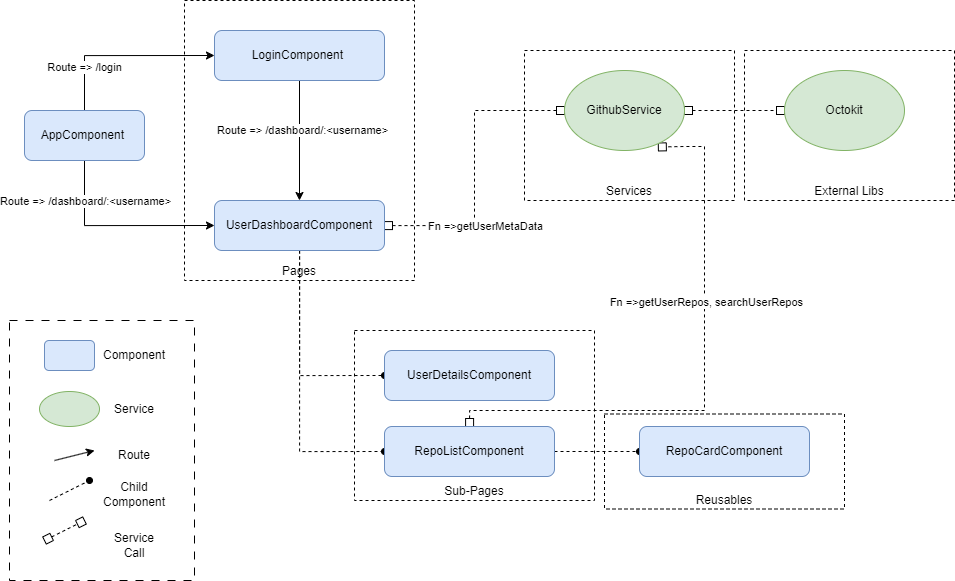
Above: diagrams/githubList.drawio.png in OnilLekshman93/git-repo-lister (draw.io), before the change. Source tidied: cells renumbered, new cells last; positions are measured from the earlier drawing's top-left corner, leaving out a move shared by most shapes.
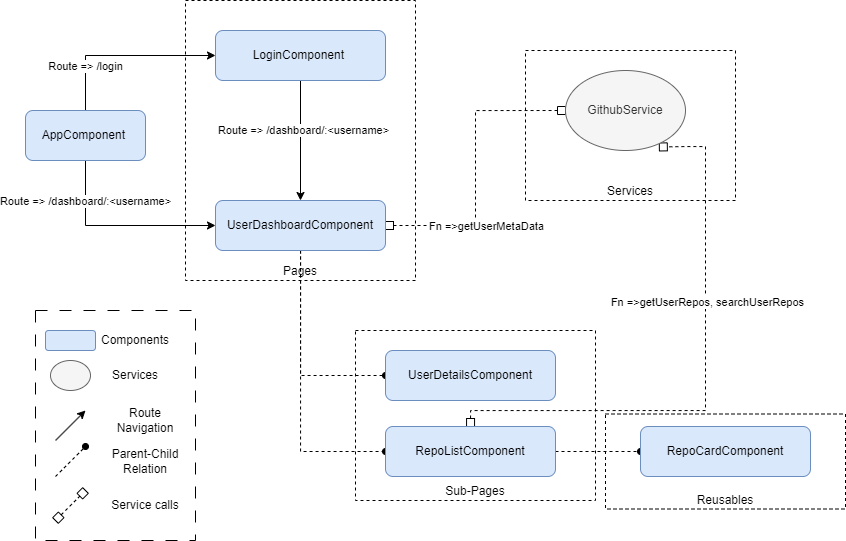
The same file after the commit.

The edit, as a diff of the source:
```diff
@@ -82,59 +82,50 @@
     <mxCell id="24" value="Services" style="rounded=0;whiteSpace=wrap;html=1;dashed=1;fillColor=none;verticalAlign=bottom;" parent="1" vertex="1">
       <mxGeometry x="515" y="50" width="210" height="150" as="geometry" />
     </mxCell>
-    <mxCell id="25" style="edgeStyle=orthogonalEdgeStyle;rounded=0;jettySize=auto;html=1;dashed=1;startArrow=box;startFill=0;endArrow=box;endFill=0;" parent="1" edge="1" source="26" target="28">
-      <mxGeometry relative="1" as="geometry" />
-    </mxCell>
-    <mxCell id="26" value="GithubService" style="ellipse;whiteSpace=wrap;html=1;fillColor=#d5e8d4;strokeColor=#82b366;" parent="1" vertex="1">
+    <mxCell id="26" value="GithubService" style="ellipse;whiteSpace=wrap;html=1;fillColor=#f5f5f5;strokeColor=#666666;fontColor=#333333;" parent="1" vertex="1">
       <mxGeometry x="555" y="70" width="120" height="80" as="geometry" />
     </mxCell>
-    <mxCell id="27" value="External Libs" style="rounded=0;whiteSpace=wrap;html=1;dashed=1;fillColor=none;verticalAlign=bottom;" parent="1" vertex="1">
-      <mxGeometry x="735" y="50" width="210" height="150" as="geometry" />
-    </mxCell>
-    <mxCell id="28" value="Octokit" style="ellipse;whiteSpace=wrap;html=1;fillColor=#d5e8d4;strokeColor=#82b366;" parent="1" vertex="1">
-      <mxGeometry x="775" y="70" width="120" height="80" as="geometry" />
-    </mxCell>
-    <mxCell id="29" style="rounded=1;whiteSpace=wrap;html=1;fillColor=#dae8fc;strokeColor=#6c8ebf;" parent="1" vertex="1">
-      <mxGeometry x="35" y="340" width="50" height="30" as="geometry" />
-    </mxCell>
-    <mxCell id="30" value="Component" style="text;html=1;strokeColor=none;fillColor=none;align=center;verticalAlign=middle;whiteSpace=wrap;rounded=0;" parent="1" vertex="1">
-      <mxGeometry x="95" y="340" width="60" height="30" as="geometry" />
-    </mxCell>
-    <mxCell id="31" style="ellipse;whiteSpace=wrap;html=1;fillColor=#d5e8d4;strokeColor=#82b366;" parent="1" vertex="1">
-      <mxGeometry x="30" y="391" width="60" height="35" as="geometry" />
-    </mxCell>
-    <mxCell id="32" value="Service" style="text;html=1;strokeColor=none;fillColor=none;align=center;verticalAlign=middle;whiteSpace=wrap;rounded=0;" parent="1" vertex="1">
-      <mxGeometry x="95" y="393.5" width="60" height="30" as="geometry" />
-    </mxCell>
-    <mxCell id="33" style="endArrow=classic;html=1;rounded=0;" parent="1" edge="1">
-      <mxGeometry relative="1" as="geometry">
-        <mxPoint x="45" y="460" as="sourcePoint" />
-        <mxPoint x="85" y="450" as="targetPoint" />
-      </mxGeometry>
-    </mxCell>
-    <mxCell id="34" value="Route" style="text;html=1;strokeColor=none;fillColor=none;align=center;verticalAlign=middle;whiteSpace=wrap;rounded=0;" parent="1" vertex="1">
-      <mxGeometry x="95" y="440" width="60" height="30" as="geometry" />
-    </mxCell>
-    <mxCell id="35" style="endArrow=oval;html=1;rounded=0;dashed=1;endFill=1;" parent="1" edge="1">
-      <mxGeometry relative="1" as="geometry">
-        <mxPoint x="40" y="500" as="sourcePoint" />
-        <mxPoint x="80" y="480" as="targetPoint" />
-      </mxGeometry>
-    </mxCell>
-    <mxCell id="36" value="Child Component" style="text;html=1;strokeColor=none;fillColor=none;align=center;verticalAlign=middle;whiteSpace=wrap;rounded=0;" parent="1" vertex="1">
-      <mxGeometry x="95" y="478.5" width="60" height="30" as="geometry" />
-    </mxCell>
-    <mxCell id="37" style="endArrow=box;html=1;rounded=0;dashed=1;endFill=0;startArrow=box;startFill=0;" parent="1" edge="1">
-      <mxGeometry relative="1" as="geometry">
-        <mxPoint x="35" y="540" as="sourcePoint" />
-        <mxPoint x="75" y="520" as="targetPoint" />
-      </mxGeometry>
-    </mxCell>
-    <mxCell id="38" value="Service Call" style="text;html=1;strokeColor=none;fillColor=none;align=center;verticalAlign=middle;whiteSpace=wrap;rounded=0;" parent="1" vertex="1">
-      <mxGeometry x="95" y="530" width="60" height="30" as="geometry" />
-    </mxCell>
-    <mxCell id="39" style="rounded=0;whiteSpace=wrap;html=1;fillColor=none;dashed=1;dashPattern=8 8;" parent="1" vertex="1">
-      <mxGeometry y="320" width="185" height="260" as="geometry" />
-    </mxCell>
+    <mxCell id="40" style="rounded=1;whiteSpace=wrap;html=1;fillColor=#dae8fc;strokeColor=#6c8ebf;" parent="1" vertex="1">
+      <mxGeometry x="35" y="330" width="50" height="20" as="geometry" />
+    </mxCell>
+    <mxCell id="41" style="ellipse;whiteSpace=wrap;html=1;fillColor=#f5f5f5;strokeColor=#666666;fontColor=#333333;" parent="1" vertex="1">
+      <mxGeometry x="40" y="360" width="40" height="30" as="geometry" />
+    </mxCell>
+    <mxCell id="42" style="endArrow=classic;html=1;rounded=0;" parent="1" edge="1">
+      <mxGeometry relative="1" as="geometry">
+        <mxPoint x="45" y="440" as="sourcePoint" />
+        <mxPoint x="75" y="410" as="targetPoint" />
+      </mxGeometry>
+    </mxCell>
+    <mxCell id="43" style="endArrow=oval;html=1;rounded=0;dashed=1;endFill=1;" parent="1" edge="1">
+      <mxGeometry relative="1" as="geometry">
+        <mxPoint x="45" y="476" as="sourcePoint" />
+        <mxPoint x="75" y="446" as="targetPoint" />
+      </mxGeometry>
+    </mxCell>
+    <mxCell id="44" style="endArrow=box;html=1;rounded=0;dashed=1;endFill=0;startArrow=box;startFill=0;" parent="1" edge="1">
+      <mxGeometry relative="1" as="geometry">
+        <mxPoint x="45" y="520" as="sourcePoint" />
+        <mxPoint x="75" y="490" as="targetPoint" />
+      </mxGeometry>
+    </mxCell>
+    <mxCell id="45" value="Components" style="text;html=1;strokeColor=none;fillColor=none;align=center;verticalAlign=middle;whiteSpace=wrap;rounded=0;" parent="1" vertex="1">
+      <mxGeometry x="95" y="325" width="60" height="30" as="geometry" />
+    </mxCell>
+    <mxCell id="46" value="Services" style="text;html=1;strokeColor=none;fillColor=none;align=center;verticalAlign=middle;whiteSpace=wrap;rounded=0;" parent="1" vertex="1">
+      <mxGeometry x="95" y="360" width="60" height="30" as="geometry" />
+    </mxCell>
+    <mxCell id="47" value="Route Navigation" style="text;html=1;strokeColor=none;fillColor=none;align=center;verticalAlign=middle;whiteSpace=wrap;rounded=0;" parent="1" vertex="1">
+      <mxGeometry x="95" y="405" width="80" height="30" as="geometry" />
+    </mxCell>
+    <mxCell id="48" value="Parent-Child Relation" style="text;html=1;strokeColor=none;fillColor=none;align=center;verticalAlign=middle;whiteSpace=wrap;rounded=0;" parent="1" vertex="1">
+      <mxGeometry x="85" y="446" width="100" height="30" as="geometry" />
+    </mxCell>
+    <mxCell id="49" value="Service calls" style="text;html=1;strokeColor=none;fillColor=none;align=center;verticalAlign=middle;whiteSpace=wrap;rounded=0;" parent="1" vertex="1">
+      <mxGeometry x="85" y="490" width="100" height="30" as="geometry" />
+    </mxCell>
+    <mxCell id="50" style="rounded=0;whiteSpace=wrap;html=1;gradientColor=none;fillColor=none;dashed=1;dashPattern=12 12;" parent="1" vertex="1">
+      <mxGeometry x="25" y="310" width="160" height="230" as="geometry" />
+    </mxCell>
   </root>
 </mxGraphModel>
```
